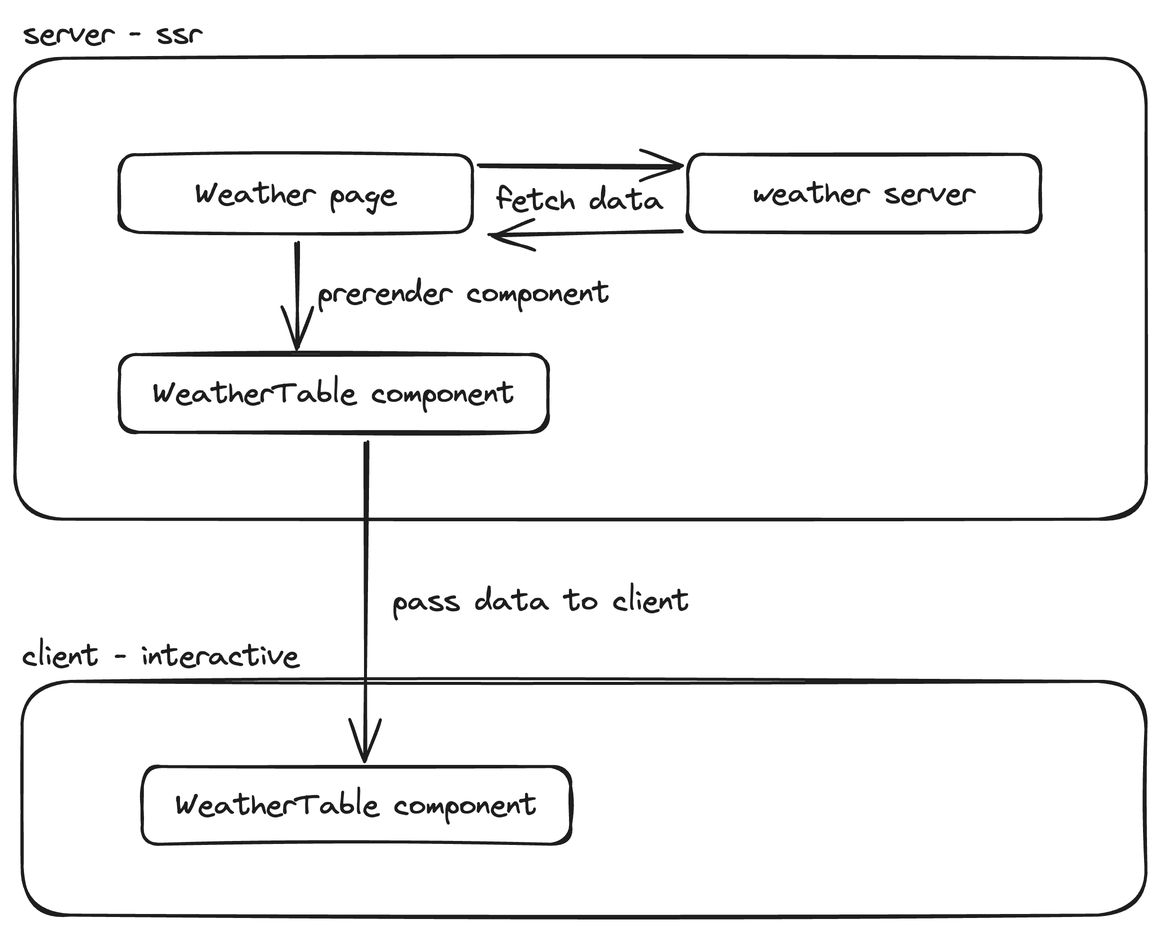
Before: img.excalidraw.png, a diagram exported from Excalidraw (elias-ik/Blazor-Ssr-Prerendered-Interactive-Page-Example). Source tidied: one line per element, renumbered; positions are measured from the earlier drawing's top-left corner, leaving out a move shared by most shapes.
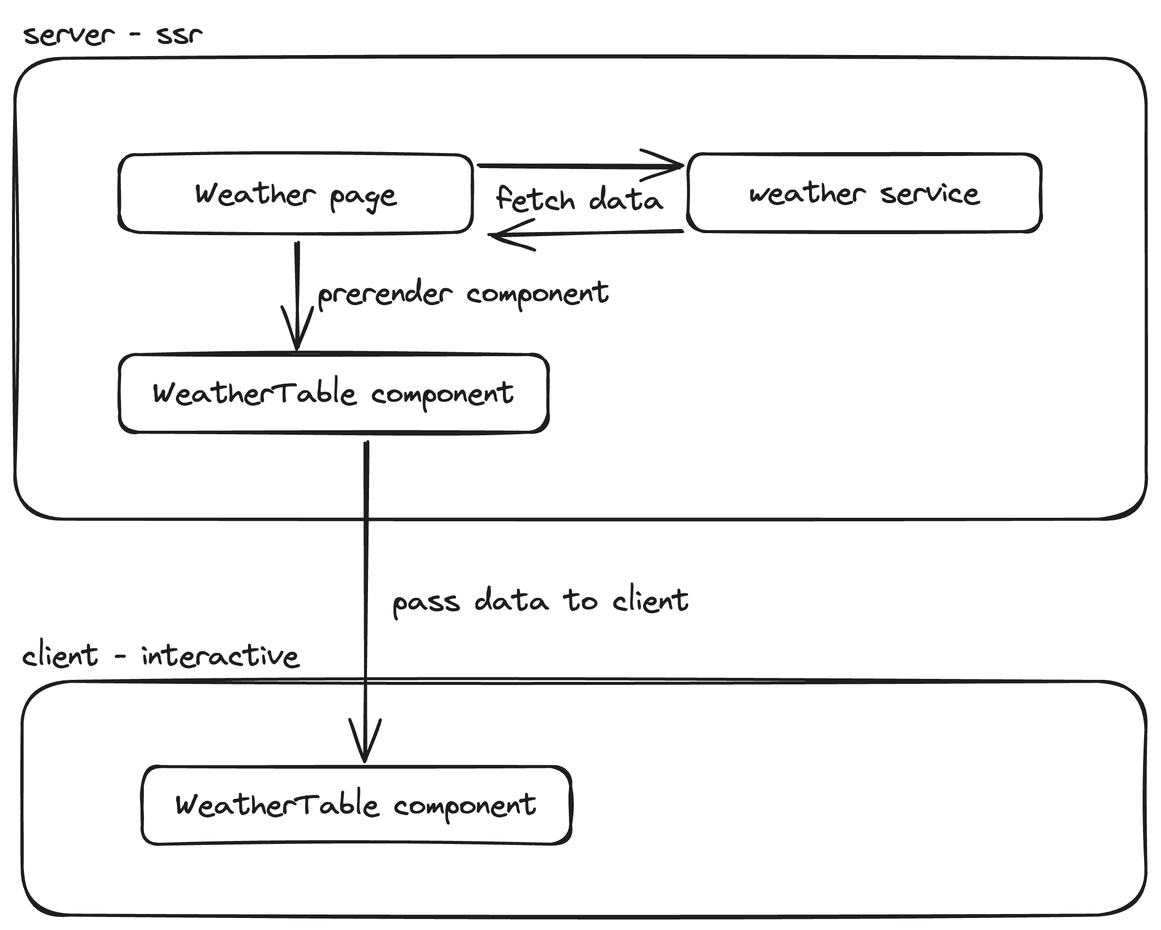
Above is the later version.

Commit message:
fix typo [skip ci]

Diff of the diagram source:
```diff
@@ -4,10 +4,10 @@
 {"id": 3, "type": "text", "text": "server - ssr", "strokeColor": "#1e1e1e", "strokeWidth": 2, "roughness": 1, "fontSize": 20, "fontFamily": 1, "x": 6, "y": 0, "width": 119, "height": 25}
 {"id": 4, "type": "rectangle", "strokeColor": "#1e1e1e", "strokeWidth": 2, "roughness": 1, "round": true, "x": 5, "y": 444, "width": 749, "height": 156}
 {"id": 5, "type": "text", "text": "client - interactive", "strokeColor": "#1e1e1e", "strokeWidth": 2, "roughness": 1, "fontSize": 20, "fontFamily": 1, "x": 5, "y": 415, "width": 184, "height": 25}
-{"id": 6, "type": "rectangle", "strokeColor": "#1e1e1e", "strokeWidth": 2, "roughness": 1, "round": true, "x": 448, "y": 93, "width": 235, "height": 52}
+{"id": 6, "type": "rectangle", "strokeColor": "#1e1e1e", "strokeWidth": 2, "roughness": 1, "round": true, "x": 449, "y": 93, "width": 235, "height": 52}
-{"id": 7, "type": "text", "text": "weather server", "strokeColor": "#1e1e1e", "strokeWidth": 2, "roughness": 1, "fontSize": 20, "fontFamily": 1, "textAlign": "center", "verticalAlign": "middle", "inside": 6, "x": 492, "y": 106, "width": 148, "height": 25}
+{"id": 7, "type": "text", "text": "weather service", "strokeColor": "#1e1e1e", "strokeWidth": 2, "roughness": 1, "fontSize": 20, "fontFamily": 1, "textAlign": "center", "verticalAlign": "middle", "inside": 6, "x": 490, "y": 106, "width": 153, "height": 25}
 {"id": 8, "type": "arrow", "strokeColor": "#1e1e1e", "strokeWidth": 2, "roughness": 1, "endArrowhead": "arrow", "round": true, "from": 0, "to": 6, "x": 310, "y": 101, "width": 133, "height": 0, "points": [[0, 0], [133, 0]]}
-{"id": 9, "type": "arrow", "strokeColor": "#1e1e1e", "strokeWidth": 2, "roughness": 1, "endArrowhead": "arrow", "round": true, "from": 6, "to": 0, "x": 444, "y": 144, "width": 127, "height": 3, "points": [[0, 0], [-127, 3]]}
+{"id": 9, "type": "arrow", "strokeColor": "#1e1e1e", "strokeWidth": 2, "roughness": 1, "endArrowhead": "arrow", "round": true, "from": 6, "to": 0, "x": 444, "y": 144, "width": 127, "height": 4, "points": [[0, 0], [-127, 4]]}
 {"id": 10, "type": "text", "text": "fetch data", "strokeColor": "#1e1e1e", "strokeWidth": 2, "roughness": 1, "fontSize": 20, "fontFamily": 1, "x": 321, "y": 111, "width": 111, "height": 25}
 {"id": 11, "type": "rectangle", "strokeColor": "#1e1e1e", "strokeWidth": 2, "roughness": 1, "round": true, "x": 70, "y": 226, "width": 286, "height": 52}
 {"id": 12, "type": "text", "text": "WeatherTable component", "strokeColor": "#1e1e1e", "strokeWidth": 2, "roughness": 1, "fontSize": 20, "fontFamily": 1, "textAlign": "center", "verticalAlign": "middle", "inside": 11, "x": 92, "y": 240, "width": 241, "height": 25}
```
